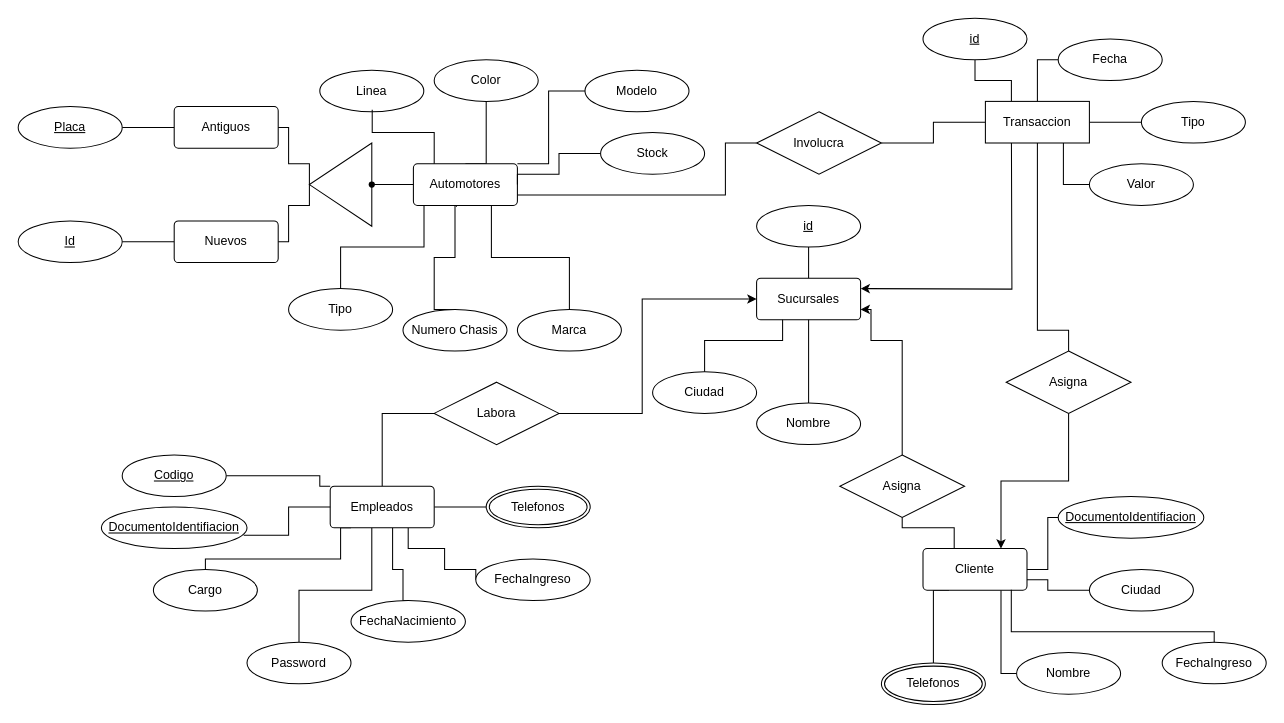
Before: db/EntityRelationship.drawio in SnakyDH/BuenAuto-BE, a draw.io diagram. Source tidied: cells renumbered, new cells numbered last; positions are measured from the earlier drawing's top-left corner, leaving out a move shared by most shapes. Both pictures are drawn from the tidied source at 104%, with x=0, y=0 at pixel (18, 18).
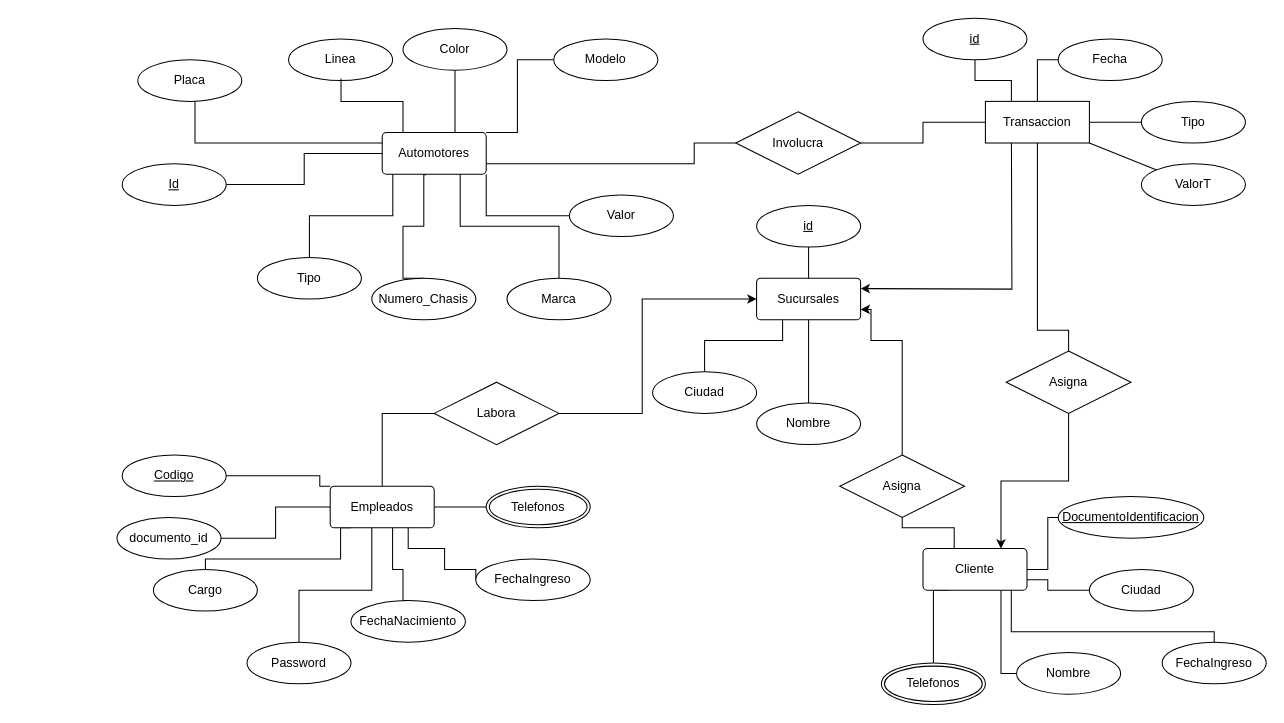
The same diagram, later.

The change refers to these unchanged cells:
```xml
<mxCell id="25" value="Empleados" style="rounded=1;arcSize=10;whiteSpace=wrap;html=1;align=center;" parent="1" vertex="1">
  <mxGeometry x="300" y="450" width="100" height="40" as="geometry" />
</mxCell>
<mxCell id="71" value="Transaccion" style="whiteSpace=wrap;html=1;align=center;" parent="1" vertex="1">
  <mxGeometry x="930" y="80" width="100" height="40" as="geometry" />
</mxCell>
```

The edit, as a diff of the source:
```diff
@@
     <mxCell id="2" style="edgeStyle=orthogonalEdgeStyle;rounded=0;jettySize=auto;html=1;exitX=0.414;exitY=1.032;exitDx=0;exitDy=0;entryX=0.5;entryY=0;entryDx=0;entryDy=0;endArrow=none;endFill=0;exitPerimeter=0;" parent="1" edge="1" source="7" target="46">
       <mxGeometry relative="1" as="geometry">
         <Array as="points">
-          <mxPoint x="421" y="180" />
-          <mxPoint x="420" y="180" />
-          <mxPoint x="420" y="230" />
-          <mxPoint x="400" y="230" />
-          <mxPoint x="400" y="280" />
+          <mxPoint x="391" y="150" />
+          <mxPoint x="390" y="150" />
+          <mxPoint x="390" y="200" />
+          <mxPoint x="370" y="200" />
+          <mxPoint x="370" y="250" />
         </Array>
       </mxGeometry>
     </mxCell>
     <mxCell id="3" style="edgeStyle=orthogonalEdgeStyle;rounded=0;jettySize=auto;html=1;exitX=0.5;exitY=0;exitDx=0;exitDy=0;endArrow=none;endFill=0;" parent="1" edge="1" source="7" target="47">
       <mxGeometry relative="1" as="geometry">
         <Array as="points">
-          <mxPoint x="450" y="140" />
+          <mxPoint x="420" y="110" />
         </Array>
       </mxGeometry>
     </mxCell>
     <mxCell id="4" style="edgeStyle=orthogonalEdgeStyle;rounded=0;jettySize=auto;html=1;entryX=0;entryY=0.5;entryDx=0;entryDy=0;endArrow=none;endFill=0;exitX=1;exitY=0;exitDx=0;exitDy=0;" parent="1" edge="1" source="7" target="45">
       <mxGeometry relative="1" as="geometry">
         <Array as="points">
-          <mxPoint x="510" y="140" />
-          <mxPoint x="510" y="70" />
+          <mxPoint x="480" y="110" />
+          <mxPoint x="480" y="40" />
         </Array>
       </mxGeometry>
     </mxCell>
     <mxCell id="5" style="edgeStyle=orthogonalEdgeStyle;rounded=0;jettySize=auto;html=1;exitX=0.102;exitY=0.982;exitDx=0;exitDy=0;entryX=0.5;entryY=0;entryDx=0;entryDy=0;exitPerimeter=0;endArrow=none;endFill=0;" parent="1" edge="1" source="7" target="44">
       <mxGeometry relative="1" as="geometry">
         <Array as="points">
-          <mxPoint x="390" y="220" />
-          <mxPoint x="310" y="220" />
+          <mxPoint x="360" y="190" />
+          <mxPoint x="280" y="190" />
         </Array>
       </mxGeometry>
     </mxCell>
-    <mxCell id="6" style="edgeStyle=orthogonalEdgeStyle;rounded=0;jettySize=auto;html=1;exitX=0.75;exitY=1;exitDx=0;exitDy=0;entryX=0.5;entryY=0;entryDx=0;entryDy=0;endArrow=none;endFill=0;" parent="1" edge="1" source="7" target="63">
+    <mxCell id="6" style="edgeStyle=orthogonalEdgeStyle;rounded=0;jettySize=auto;html=1;exitX=0.75;exitY=1;exitDx=0;exitDy=0;endArrow=none;endFill=0;" parent="1" edge="1" source="7" target="63">
       <mxGeometry relative="1" as="geometry" />
     </mxCell>
     <mxCell id="7" value="Automotores" style="rounded=1;arcSize=10;whiteSpace=wrap;html=1;align=center;" parent="1" vertex="1">
-      <mxGeometry x="380" y="140" width="100" height="40" as="geometry" />
+      <mxGeometry x="350" y="110" width="100" height="40" as="geometry" />
     </mxCell>
@@
-    <mxCell id="26" style="edgeStyle=orthogonalEdgeStyle;rounded=0;jettySize=auto;html=1;entryX=1;entryY=0.5;entryDx=0;entryDy=0;endArrow=none;endFill=0;" parent="1" edge="1" source="27" target="49">
-      <mxGeometry relative="1" as="geometry" />
-    </mxCell>
-    <mxCell id="27" value="Antiguos" style="rounded=1;arcSize=10;whiteSpace=wrap;html=1;align=center;" parent="1" vertex="1">
-      <mxGeometry x="150" y="85" width="100" height="40" as="geometry" />
-    </mxCell>
-    <mxCell id="28" style="edgeStyle=orthogonalEdgeStyle;rounded=0;jettySize=auto;html=1;entryX=1;entryY=0.5;entryDx=0;entryDy=0;endArrow=none;endFill=0;" parent="1" edge="1" source="29" target="50">
-      <mxGeometry relative="1" as="geometry" />
-    </mxCell>
-    <mxCell id="29" value="Nuevos" style="rounded=1;arcSize=10;whiteSpace=wrap;html=1;align=center;" parent="1" vertex="1">
-      <mxGeometry x="150" y="195" width="100" height="40" as="geometry" />
-    </mxCell>
@@
-    <mxCell id="34" value="DocumentoIdentifiacion" style="ellipse;whiteSpace=wrap;html=1;align=center;fontStyle=4;" parent="1" vertex="1">
+    <mxCell id="34" value="DocumentoIdentificacion" style="ellipse;whiteSpace=wrap;html=1;align=center;fontStyle=4;" parent="1" vertex="1">
       <mxGeometry x="1000" y="460" width="140" height="40" as="geometry" />
     </mxCell>
@@
-    <mxCell id="37" value="DocumentoIdentifiacion" style="ellipse;whiteSpace=wrap;html=1;align=center;fontStyle=4;" parent="1" vertex="1">
-      <mxGeometry x="80" y="470" width="140" height="40" as="geometry" />
-    </mxCell>
@@
-    <mxCell id="43" style="edgeStyle=orthogonalEdgeStyle;rounded=0;jettySize=auto;html=1;exitX=0;exitY=0.5;exitDx=0;exitDy=0;entryX=0.977;entryY=0.678;entryDx=0;entryDy=0;entryPerimeter=0;endArrow=none;endFill=0;" parent="1" edge="1" source="25" target="37">
+    <mxCell id="43" style="edgeStyle=orthogonalEdgeStyle;rounded=0;jettySize=auto;html=1;exitX=0;exitY=0.5;exitDx=0;exitDy=0;endArrow=none;endFill=0;" parent="1" edge="1" source="25" target="87">
       <mxGeometry relative="1" as="geometry" />
     </mxCell>
     <mxCell id="44" value="Tipo" style="ellipse;whiteSpace=wrap;html=1;align=center;" parent="1" vertex="1">
-      <mxGeometry x="260" y="260" width="100" height="40" as="geometry" />
+      <mxGeometry x="230" y="230" width="100" height="40" as="geometry" />
     </mxCell>
     <mxCell id="45" value="Modelo" style="ellipse;whiteSpace=wrap;html=1;align=center;" parent="1" vertex="1">
-      <mxGeometry x="545" y="50" width="100" height="40" as="geometry" />
+      <mxGeometry x="515" y="20" width="100" height="40" as="geometry" />
     </mxCell>
-    <mxCell id="46" value="Numero Chasis" style="ellipse;whiteSpace=wrap;html=1;align=center;" parent="1" vertex="1">
-      <mxGeometry x="370" y="280" width="100" height="40" as="geometry" />
+    <mxCell id="46" value="Numero_Chasis" style="ellipse;whiteSpace=wrap;html=1;align=center;" parent="1" vertex="1">
+      <mxGeometry x="340" y="250" width="100" height="40" as="geometry" />
     </mxCell>
     <mxCell id="47" value="Color" style="ellipse;whiteSpace=wrap;html=1;align=center;" parent="1" vertex="1">
-      <mxGeometry x="400" y="40" width="100" height="40" as="geometry" />
+      <mxGeometry x="370" y="10" width="100" height="40" as="geometry" />
     </mxCell>
     <mxCell id="48" value="Linea" style="ellipse;whiteSpace=wrap;html=1;align=center;" parent="1" vertex="1">
-      <mxGeometry x="290" y="50" width="100" height="40" as="geometry" />
+      <mxGeometry x="260" y="20" width="100" height="40" as="geometry" />
     </mxCell>
-    <mxCell id="49" value="Placa" style="ellipse;whiteSpace=wrap;html=1;align=center;fontStyle=4;" parent="1" vertex="1">
-      <mxGeometry y="85" width="100" height="40" as="geometry" />
-    </mxCell>
+    <mxCell id="83" style="edgeStyle=orthogonalEdgeStyle;rounded=0;jettySize=auto;html=1;endArrow=none;endFill=0;" parent="1" edge="1" source="50" target="7">
+      <mxGeometry relative="1" as="geometry" />
+    </mxCell>
     <mxCell id="50" value="Id" style="ellipse;whiteSpace=wrap;html=1;align=center;fontStyle=4;" parent="1" vertex="1">
-      <mxGeometry y="195" width="100" height="40" as="geometry" />
+      <mxGeometry x="100" y="140" width="100" height="40" as="geometry" />
     </mxCell>
     <mxCell id="51" style="edgeStyle=orthogonalEdgeStyle;rounded=0;jettySize=auto;html=1;entryX=0.504;entryY=0.948;entryDx=0;entryDy=0;entryPerimeter=0;endArrow=none;endFill=0;" parent="1" edge="1" source="7" target="48">
       <mxGeometry relative="1" as="geometry">
         <Array as="points">
-          <mxPoint x="400" y="110" />
-          <mxPoint x="340" y="110" />
+          <mxPoint x="370" y="80" />
+          <mxPoint x="310" y="80" />
         </Array>
       </mxGeometry>
     </mxCell>
@@
-    <mxCell id="56" style="edgeStyle=orthogonalEdgeStyle;rounded=0;jettySize=auto;html=1;exitX=1;exitY=0.5;exitDx=0;exitDy=0;endArrow=none;endFill=0;" parent="1" edge="1" source="58" target="27">
-      <mxGeometry relative="1" as="geometry">
-        <Array as="points">
-          <mxPoint x="280" y="140" />
-          <mxPoint x="260" y="140" />
-          <mxPoint x="260" y="105" />
-        </Array>
-      </mxGeometry>
-    </mxCell>
-    <mxCell id="57" style="edgeStyle=orthogonalEdgeStyle;rounded=0;jettySize=auto;html=1;exitX=1;exitY=0.5;exitDx=0;exitDy=0;endArrow=none;endFill=0;" parent="1" edge="1" source="58" target="29">
-      <mxGeometry relative="1" as="geometry">
-        <Array as="points">
-          <mxPoint x="280" y="180" />
-          <mxPoint x="260" y="180" />
-          <mxPoint x="260" y="215" />
-        </Array>
-      </mxGeometry>
-    </mxCell>
-    <mxCell id="58" style="triangle;whiteSpace=wrap;html=1;rotation=-180;" parent="1" vertex="1">
-      <mxGeometry x="280" y="120" width="60" height="80" as="geometry" />
-    </mxCell>
-    <mxCell id="59" style="edgeStyle=orthogonalEdgeStyle;rounded=0;jettySize=auto;html=1;entryX=0;entryY=0.5;entryDx=0;entryDy=0;endArrow=none;endFill=0;" parent="1" edge="1" source="60" target="7">
-      <mxGeometry relative="1" as="geometry" />
-    </mxCell>
-    <mxCell id="60" style="shape=waypoint;sketch=0;fillStyle=solid;size=6;points=[];fillColor=none;perimeter=centerPerimeter;snapToPoint=1;" parent="1" vertex="1">
-      <mxGeometry x="330" y="150" width="20" height="20" as="geometry" />
-    </mxCell>
@@
     <mxCell id="63" value="Marca" style="ellipse;whiteSpace=wrap;html=1;align=center;" parent="1" vertex="1">
-      <mxGeometry x="480" y="280" width="100" height="40" as="geometry" />
+      <mxGeometry x="470" y="250" width="100" height="40" as="geometry" />
     </mxCell>
@@
-    <mxCell id="70" style="edgeStyle=orthogonalEdgeStyle;rounded=0;jettySize=auto;html=1;exitX=0.75;exitY=1;exitDx=0;exitDy=0;entryX=0;entryY=0.5;entryDx=0;entryDy=0;endArrow=none;endFill=0;" parent="1" edge="1" source="71" target="74">
-      <mxGeometry relative="1" as="geometry" />
-    </mxCell>
+    <mxCell id="84" style="rounded=0;jettySize=auto;html=1;endArrow=none;endFill=0;" parent="1" edge="1" source="71" target="88">
+      <mxGeometry relative="1" as="geometry" />
+    </mxCell>
@@
+    <mxCell id="85" style="edgeStyle=orthogonalEdgeStyle;rounded=0;jettySize=auto;html=1;endArrow=none;endFill=0;" parent="1" edge="1" source="74" target="7">
+      <mxGeometry relative="1" as="geometry">
+        <Array as="points">
+          <mxPoint x="450" y="190" />
+        </Array>
+      </mxGeometry>
+    </mxCell>
     <mxCell id="74" value="Valor" style="ellipse;whiteSpace=wrap;html=1;align=center;" parent="1" vertex="1">
-      <mxGeometry x="1030" y="140" width="100" height="40" as="geometry" />
+      <mxGeometry x="530" y="170" width="100" height="40" as="geometry" />
     </mxCell>
@@
-    <mxCell id="76" style="edgeStyle=orthogonalEdgeStyle;rounded=0;jettySize=auto;html=1;entryX=1;entryY=0.5;entryDx=0;entryDy=0;endArrow=none;endFill=0;" parent="1" edge="1" source="77" target="7">
-      <mxGeometry relative="1" as="geometry">
-        <Array as="points">
-          <mxPoint x="520" y="130" />
-          <mxPoint x="520" y="150" />
-          <mxPoint x="480" y="150" />
-        </Array>
-      </mxGeometry>
-    </mxCell>
-    <mxCell id="77" value="Stock" style="ellipse;whiteSpace=wrap;html=1;align=center;" parent="1" vertex="1">
-      <mxGeometry x="560" y="110" width="100" height="40" as="geometry" />
-    </mxCell>
-    <mxCell id="78" style="edgeStyle=orthogonalEdgeStyle;rounded=0;jettySize=auto;html=1;exitX=0;exitY=0.5;exitDx=0;exitDy=0;entryX=1;entryY=0.75;entryDx=0;entryDy=0;endArrow=none;endFill=0;" parent="1" edge="1" source="79" target="7">
+    <mxCell id="78" style="edgeStyle=orthogonalEdgeStyle;rounded=0;jettySize=auto;html=1;entryX=1;entryY=0.75;entryDx=0;entryDy=0;endArrow=none;endFill=0;" parent="1" edge="1" source="79" target="7">
       <mxGeometry relative="1" as="geometry">
         <Array as="points">
-          <mxPoint x="680" y="120" />
-          <mxPoint x="680" y="170" />
+          <mxPoint x="650" y="120" />
+          <mxPoint x="650" y="140" />
         </Array>
       </mxGeometry>
     </mxCell>
     <mxCell id="79" value="Involucra" style="shape=rhombus;perimeter=rhombusPerimeter;whiteSpace=wrap;html=1;align=center;" parent="1" vertex="1">
-      <mxGeometry x="710" y="90" width="120" height="60" as="geometry" />
+      <mxGeometry x="690" y="90" width="120" height="60" as="geometry" />
     </mxCell>
@@
+    <mxCell id="86" style="edgeStyle=orthogonalEdgeStyle;rounded=0;jettySize=auto;html=1;endArrow=none;endFill=0;" parent="1" edge="1" source="49" target="7">
+      <mxGeometry relative="1" as="geometry">
+        <Array as="points">
+          <mxPoint x="170" y="120" />
+        </Array>
+      </mxGeometry>
+    </mxCell>
+    <mxCell id="49" value="Placa" style="ellipse;whiteSpace=wrap;html=1;align=center;" parent="1" vertex="1">
+      <mxGeometry x="115" y="40" width="100" height="40" as="geometry" />
+    </mxCell>
+    <mxCell id="87" value="documento_id" style="ellipse;whiteSpace=wrap;html=1;align=center;" parent="1" vertex="1">
+      <mxGeometry x="95" y="480" width="100" height="40" as="geometry" />
+    </mxCell>
+    <mxCell id="88" value="ValorT" style="ellipse;whiteSpace=wrap;html=1;align=center;" parent="1" vertex="1">
+      <mxGeometry x="1080" y="140" width="100" height="40" as="geometry" />
+    </mxCell>
```
